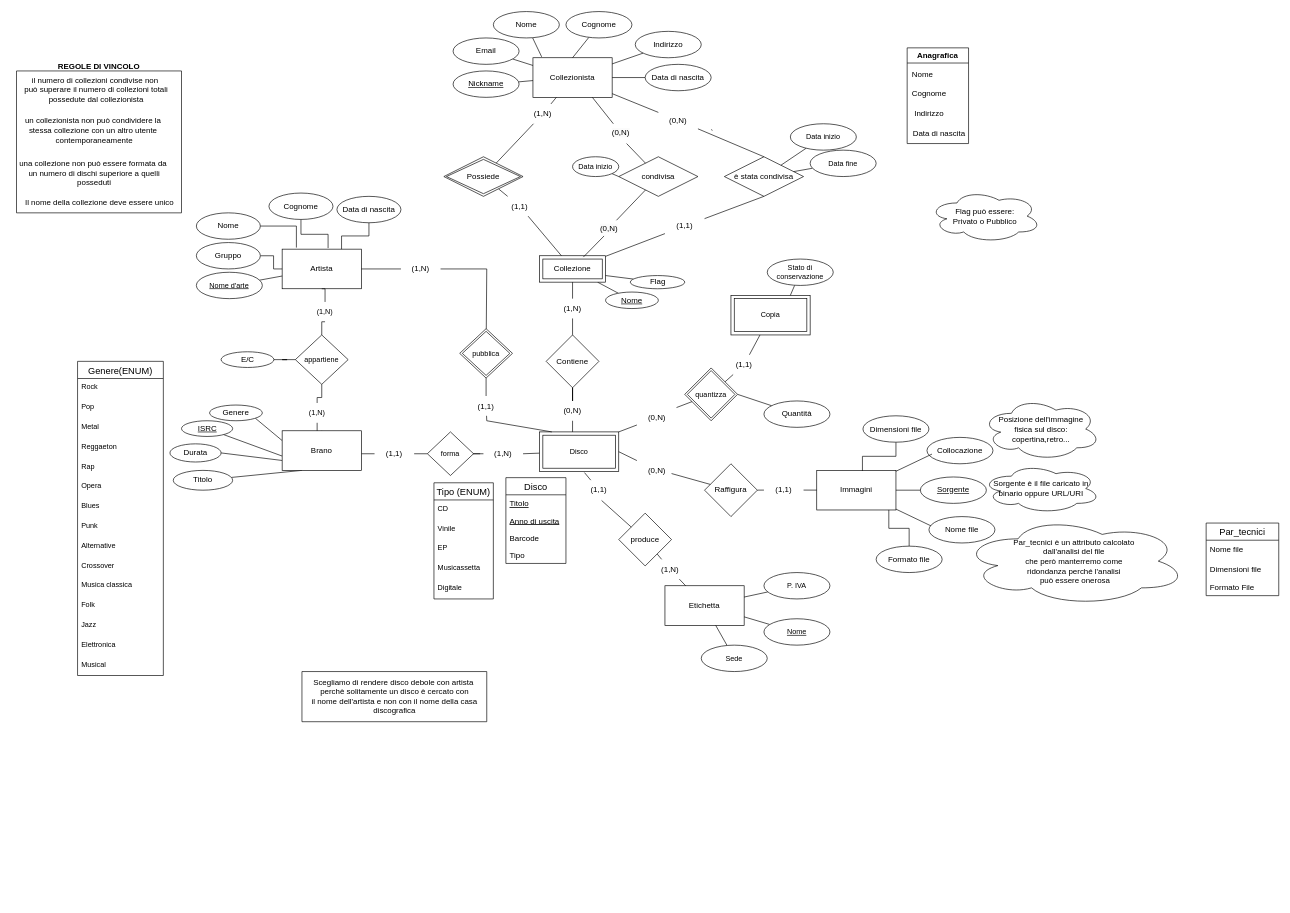
Before: page "Ristrutturato" (2 of 2) of Collectors_ER.drawio in jessvzz/progetto_collezionisti, a draw.io diagram. Source tidied: cells renumbered, new cells numbered last; positions are measured from the earlier drawing's top-left corner, leaving out a move shared by most shapes. Both pictures are drawn from the tidied source at 66%, with x=0, y=0 at pixel (11, 11).
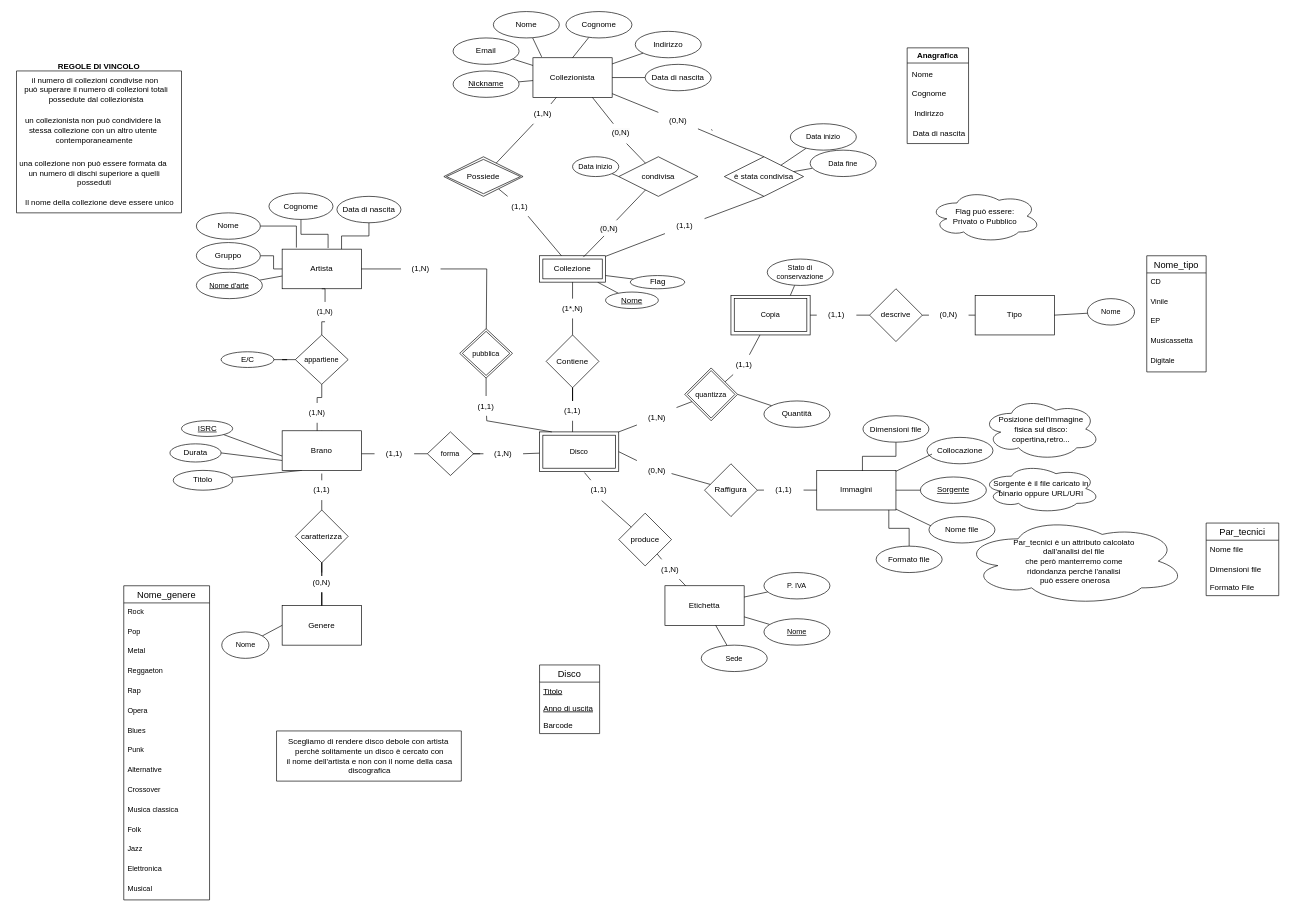
The same page after the edit.

Unchanged cells that the change refers to:
```xml
<mxCell id="68" value="Copia" style="shape=ext;margin=3;double=1;whiteSpace=wrap;html=1;align=center;fontFamily=Helvetica;fontSize=11;fontColor=default;" parent="1" vertex="1">
  <mxGeometry x="1090" y="430" width="120" height="60" as="geometry" />
</mxCell>
```

Diff of the diagram source:
```diff
@@
-    <mxCell id="29" style="rounded=0;sketch=0;jettySize=auto;html=1;shadow=0;strokeColor=default;endArrow=none;endFill=0;elbow=vertical;exitX=1;exitY=1;exitDx=0;exitDy=0;" parent="1" edge="1" source="114">
-      <mxGeometry relative="1" as="geometry">
-        <mxPoint x="410" y="650" as="targetPoint" />
-      </mxGeometry>
-    </mxCell>
@@
     <mxCell id="37" value="Disco" style="swimlane;fontStyle=0;horizontal=1;startSize=26;align=center;fontSize=14;" parent="1" vertex="1">
-      <mxGeometry x="749" y="706.2" width="91" height="130" as="geometry" />
+      <mxGeometry x="800" y="990" width="91" height="104" as="geometry" />
     </mxCell>
@@
-    <mxCell id="41" value="Tipo" style="text;strokeColor=none;fillColor=none;spacingLeft=4;spacingRight=4;overflow=hidden;points=[[0,0.5],[1,0.5]];portConstraint=eastwest;fontSize=12;fontStyle=0;" parent="37" vertex="1">
-      <mxGeometry y="104" width="91" height="26" as="geometry" />
-    </mxCell>
@@
-    <mxCell id="56" value="(1,N)" style="text;html=1;strokeColor=none;fillColor=none;align=center;verticalAlign=middle;whiteSpace=wrap;rounded=0;" parent="1" vertex="1">
+    <mxCell id="56" value="(1*,N)" style="text;html=1;strokeColor=none;fillColor=none;align=center;verticalAlign=middle;whiteSpace=wrap;rounded=0;" parent="1" vertex="1">
       <mxGeometry x="820" y="435" width="60" height="30" as="geometry" />
     </mxCell>
@@
-    <mxCell id="58" value="(0,N)" style="text;html=1;strokeColor=none;fillColor=none;align=center;verticalAlign=middle;whiteSpace=wrap;rounded=0;" parent="1" vertex="1">
+    <mxCell id="58" value="(1,1)" style="text;html=1;strokeColor=none;fillColor=none;align=center;verticalAlign=middle;whiteSpace=wrap;rounded=0;" parent="1" vertex="1">
       <mxGeometry x="820" y="590" width="60" height="30" as="geometry" />
     </mxCell>
@@
-    <mxCell id="83" value="(0,N)" style="text;html=1;strokeColor=none;fillColor=none;align=center;verticalAlign=middle;whiteSpace=wrap;rounded=0;" parent="1" vertex="1">
+    <mxCell id="83" value="(1,N)" style="text;html=1;strokeColor=none;fillColor=none;align=center;verticalAlign=middle;whiteSpace=wrap;rounded=0;" parent="1" vertex="1">
       <mxGeometry x="947.5" y="600" width="60" height="30" as="geometry" />
     </mxCell>
@@
-    <mxCell id="98" value="Genere(ENUM)" style="swimlane;fontStyle=0;horizontal=1;startSize=26;align=center;fontSize=14;fontFamily=Helvetica;fontColor=default;" parent="1" vertex="1">
-      <mxGeometry x="100" y="530" width="130" height="476" as="geometry" />
+    <mxCell id="98" value="Nome_genere" style="swimlane;fontStyle=0;horizontal=1;startSize=26;align=center;fontSize=14;fontFamily=Helvetica;fontColor=default;" parent="1" vertex="1">
+      <mxGeometry x="170" y="870" width="130" height="476" as="geometry" />
     </mxCell>
@@
-    <mxCell id="114" value="Genere" style="ellipse;whiteSpace=wrap;html=1;align=center;" parent="1" vertex="1">
-      <mxGeometry x="300" y="596.2" width="80" height="23.8" as="geometry" />
-    </mxCell>
@@
-    <mxCell id="147" value="Tipo (ENUM)" style="swimlane;fontStyle=0;horizontal=1;startSize=26;align=center;fontSize=14;fontFamily=Helvetica;fontColor=default;" parent="1" vertex="1">
-      <mxGeometry x="640" y="714" width="90" height="176" as="geometry" />
+    <mxCell id="147" value="Nome_tipo" style="swimlane;fontStyle=0;horizontal=1;startSize=26;align=center;fontSize=14;fontFamily=Helvetica;fontColor=default;" parent="1" vertex="1">
+      <mxGeometry x="1720" y="370" width="90" height="176" as="geometry" />
     </mxCell>
@@
     <mxCell id="157" style="swimlane;startSize=0;" parent="1" vertex="1">
-      <mxGeometry x="440" y="1000" width="280" height="76" as="geometry" />
+      <mxGeometry x="401.5" y="1090" width="280" height="76" as="geometry" />
     </mxCell>
@@
+    <mxCell id="190" style="edgeStyle=orthogonalEdgeStyle;rounded=0;jettySize=auto;html=1;endArrow=none;sketch=0;shadow=0;endFill=0;startArrow=none;" parent="1" edge="1" source="198" target="192">
+      <mxGeometry relative="1" as="geometry" />
+    </mxCell>
+    <mxCell id="114" value="Genere" style="rounded=0;whiteSpace=wrap;html=1;" parent="1" vertex="1">
+      <mxGeometry x="410" y="900" width="120" height="60" as="geometry" />
+    </mxCell>
+    <mxCell id="191" style="edgeStyle=none;shape=connector;rounded=0;sketch=0;jettySize=auto;html=1;shadow=0;labelBackgroundColor=default;strokeColor=default;fontFamily=Helvetica;fontSize=11;fontColor=default;startArrow=none;endArrow=none;endFill=0;elbow=vertical;" parent="1" edge="1" source="196">
+      <mxGeometry relative="1" as="geometry">
+        <mxPoint x="470" y="700" as="targetPoint" />
+      </mxGeometry>
+    </mxCell>
+    <mxCell id="192" value="caratterizza" style="rhombus;whiteSpace=wrap;html=1;rounded=0;" parent="1" vertex="1">
+      <mxGeometry x="430" y="755.2" width="80" height="80" as="geometry" />
+    </mxCell>
+    <mxCell id="193" style="edgeStyle=none;shape=connector;rounded=0;sketch=0;jettySize=auto;html=1;entryX=0;entryY=0.5;entryDx=0;entryDy=0;shadow=0;labelBackgroundColor=default;strokeColor=default;fontFamily=Helvetica;fontSize=11;fontColor=default;startArrow=none;endArrow=none;endFill=0;elbow=vertical;" parent="1" edge="1" source="194" target="114">
+      <mxGeometry relative="1" as="geometry" />
+    </mxCell>
+    <mxCell id="194" value="Nome" style="ellipse;whiteSpace=wrap;html=1;fontFamily=Helvetica;fontSize=11;fontColor=default;" parent="1" vertex="1">
+      <mxGeometry x="318.5" y="940" width="71.5" height="40" as="geometry" />
+    </mxCell>
+    <mxCell id="195" style="edgeStyle=none;shape=connector;rounded=0;sketch=0;jettySize=auto;html=1;shadow=0;labelBackgroundColor=default;strokeColor=default;fontFamily=Helvetica;fontSize=11;fontColor=default;startArrow=none;endArrow=none;endFill=0;elbow=vertical;" parent="1" edge="1" source="192" target="196">
+      <mxGeometry relative="1" as="geometry" />
+    </mxCell>
+    <mxCell id="196" value="(1,1)" style="text;html=1;strokeColor=none;fillColor=none;align=center;verticalAlign=middle;whiteSpace=wrap;rounded=0;" parent="1" vertex="1">
+      <mxGeometry x="440" y="710.2" width="60" height="30" as="geometry" />
+    </mxCell>
+    <mxCell id="197" style="edgeStyle=orthogonalEdgeStyle;rounded=0;jettySize=auto;html=1;endArrow=none;sketch=0;shadow=0;endFill=0;startArrow=none;" parent="1" edge="1" source="114" target="198">
+      <mxGeometry relative="1" as="geometry" />
+    </mxCell>
+    <mxCell id="198" value="(0,N)" style="text;html=1;strokeColor=none;fillColor=none;align=center;verticalAlign=middle;whiteSpace=wrap;rounded=0;" parent="1" vertex="1">
+      <mxGeometry x="440" y="850" width="60" height="30" as="geometry" />
+    </mxCell>
+    <mxCell id="41" value="Tipo" style="rounded=0;whiteSpace=wrap;html=1;" parent="1" vertex="1">
+      <mxGeometry x="1460" y="430" width="120" height="60" as="geometry" />
+    </mxCell>
+    <mxCell id="199" style="edgeStyle=none;shape=connector;rounded=0;sketch=0;jettySize=auto;html=1;entryX=1;entryY=0.5;entryDx=0;entryDy=0;shadow=0;labelBackgroundColor=default;strokeColor=default;fontFamily=Helvetica;fontSize=11;fontColor=default;startArrow=none;endArrow=none;endFill=0;elbow=vertical;" parent="1" edge="1" source="200" target="41">
+      <mxGeometry relative="1" as="geometry" />
+    </mxCell>
+    <mxCell id="200" value="Nome" style="ellipse;whiteSpace=wrap;html=1;fontFamily=Helvetica;fontSize=11;fontColor=default;" parent="1" vertex="1">
+      <mxGeometry x="1630" y="435" width="71.5" height="40" as="geometry" />
+    </mxCell>
+    <mxCell id="201" style="edgeStyle=none;shape=connector;rounded=0;sketch=0;jettySize=auto;html=1;entryX=0;entryY=0.5;entryDx=0;entryDy=0;shadow=0;labelBackgroundColor=default;strokeColor=default;fontFamily=Helvetica;fontSize=11;fontColor=default;startArrow=none;endArrow=none;endFill=0;elbow=vertical;" parent="1" edge="1" source="205" target="41">
+      <mxGeometry relative="1" as="geometry" />
+    </mxCell>
+    <mxCell id="202" style="edgeStyle=none;shape=connector;rounded=0;sketch=0;jettySize=auto;html=1;entryX=1;entryY=0.5;entryDx=0;entryDy=0;shadow=0;labelBackgroundColor=default;strokeColor=default;fontFamily=Helvetica;fontSize=11;fontColor=default;startArrow=none;endArrow=none;endFill=0;elbow=vertical;" parent="1" edge="1" source="207" target="68">
+      <mxGeometry relative="1" as="geometry" />
+    </mxCell>
+    <mxCell id="203" value="descrive" style="rhombus;whiteSpace=wrap;html=1;rounded=0;" parent="1" vertex="1">
+      <mxGeometry x="1300" y="420" width="80" height="80" as="geometry" />
+    </mxCell>
+    <mxCell id="204" style="edgeStyle=none;shape=connector;rounded=0;sketch=0;jettySize=auto;html=1;entryX=0;entryY=0.5;entryDx=0;entryDy=0;shadow=0;labelBackgroundColor=default;strokeColor=default;fontFamily=Helvetica;fontSize=11;fontColor=default;startArrow=none;endArrow=none;endFill=0;elbow=vertical;" parent="1" edge="1" source="203" target="205">
+      <mxGeometry relative="1" as="geometry" />
+    </mxCell>
+    <mxCell id="205" value="(0,N)" style="text;html=1;strokeColor=none;fillColor=none;align=center;verticalAlign=middle;whiteSpace=wrap;rounded=0;" parent="1" vertex="1">
+      <mxGeometry x="1390" y="445" width="60" height="30" as="geometry" />
+    </mxCell>
+    <mxCell id="206" style="edgeStyle=none;shape=connector;rounded=0;sketch=0;jettySize=auto;html=1;entryX=1;entryY=0.5;entryDx=0;entryDy=0;shadow=0;labelBackgroundColor=default;strokeColor=default;fontFamily=Helvetica;fontSize=11;fontColor=default;startArrow=none;endArrow=none;endFill=0;elbow=vertical;" parent="1" edge="1" source="203" target="207">
+      <mxGeometry relative="1" as="geometry" />
+    </mxCell>
+    <mxCell id="207" value="(1,1)" style="text;html=1;strokeColor=none;fillColor=none;align=center;verticalAlign=middle;whiteSpace=wrap;rounded=0;" parent="1" vertex="1">
+      <mxGeometry x="1220" y="445" width="60" height="30" as="geometry" />
+    </mxCell>
```
